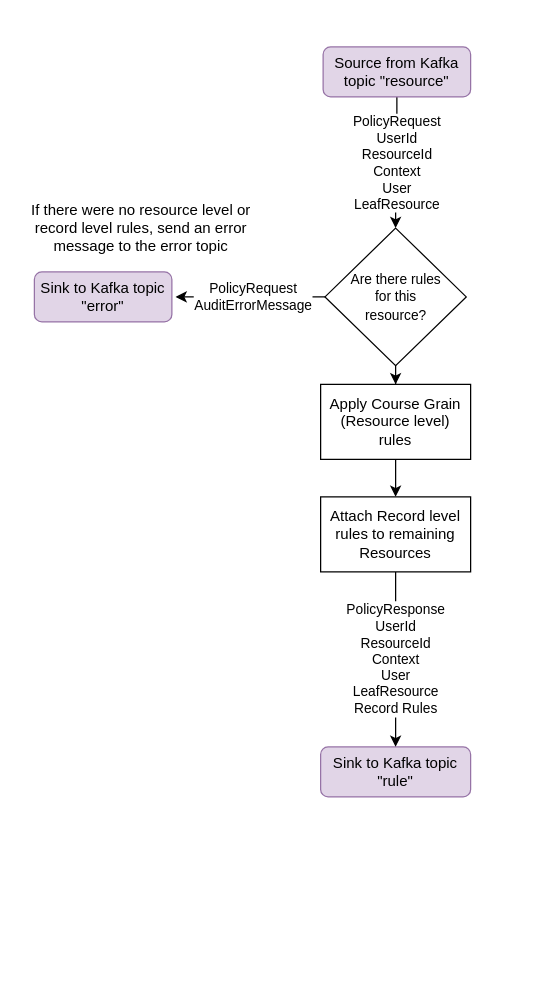
gchq/Palisade-services keeps this draw.io diagram as policy-service/doc/policy-service.drawio. Above is the earlier version. Source tidied: cells renumbered, new cells numbered last; positions are measured from the earlier drawing's top-left corner, leaving out a move shared by most shapes. Both pictures are drawn from the tidied source at 125%, with x=0, y=0 at pixel (21, 46).
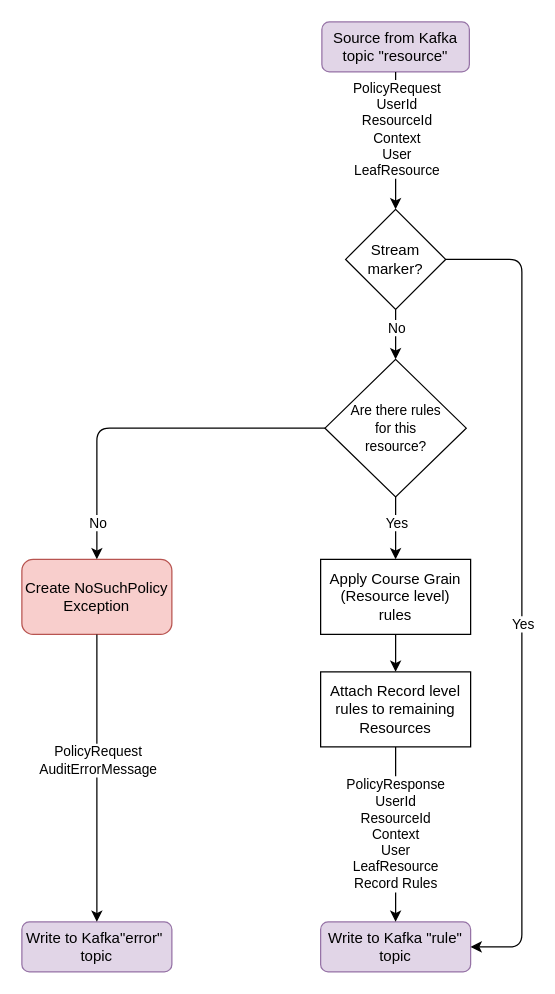
After the change.

Commit message (it also covers changes not shown here):
PAL-1090 updated palisade user and policy diagrams, updated palisade-service readme

The change refers to these unchanged cells:
```xml
<mxCell id="6" style="edgeStyle=orthogonalEdgeStyle;rounded=0;jettySize=auto;html=1;exitX=0.5;exitY=1;exitDx=0;exitDy=0;" parent="1" edge="1" source="7" target="11">
  <mxGeometry relative="1" as="geometry" />
</mxCell>
```

Diff of the diagram source:
```diff
@@
-    <mxCell id="2" value="PolicyRequest&lt;br&gt;UserId&lt;br&gt;ResourceId&lt;br&gt;Context&lt;br&gt;User&lt;br&gt;LeafResource" style="edgeStyle=orthogonalEdgeStyle;rounded=0;jettySize=auto;html=1;exitX=0.5;exitY=1;exitDx=0;exitDy=0;entryX=0.5;entryY=0;entryDx=0;entryDy=0;" parent="1" edge="1" source="3" target="7">
-      <mxGeometry relative="1" as="geometry" />
-    </mxCell>
     <mxCell id="3" value="Source from Kafka topic &quot;resource&quot;" style="rounded=1;whiteSpace=wrap;html=1;fillColor=#e1d5e7;strokeColor=#9673a6;" parent="1" vertex="1">
-      <mxGeometry x="241" width="118" height="40" as="geometry" />
+      <mxGeometry x="240" y="-20" width="118" height="40" as="geometry" />
     </mxCell>
-    <mxCell id="4" value="Sink to Kafka topic &quot;rule&quot;" style="rounded=1;whiteSpace=wrap;html=1;fillColor=#e1d5e7;strokeColor=#9673a6;" parent="1" vertex="1">
-      <mxGeometry x="239" y="560" width="120" height="40" as="geometry" />
+    <mxCell id="4" value="Write to Kafka &quot;rule&quot; topic" style="rounded=1;whiteSpace=wrap;html=1;fillColor=#e1d5e7;strokeColor=#9673a6;" parent="1" vertex="1">
+      <mxGeometry x="239" y="700" width="120" height="40" as="geometry" />
     </mxCell>
-    <mxCell id="5" value="PolicyRequest&lt;br&gt;AuditErrorMessage" style="edgeStyle=orthogonalEdgeStyle;rounded=0;orthogonalLoop=1;jettySize=auto;html=1;exitX=0;exitY=0.5;exitDx=0;exitDy=0;" parent="1" edge="1">
-      <mxGeometry relative="1" as="geometry">
-        <mxPoint x="245.5" y="200" as="sourcePoint" />
-        <mxPoint x="123" y="200" as="targetPoint" />
-      </mxGeometry>
-    </mxCell>
@@
+    <mxCell id="14" value="Yes" style="edgeLabel;html=1;align=center;verticalAlign=middle;" parent="6" vertex="1">
+      <mxGeometry x="-0.04" y="-1" relative="1" as="geometry">
+        <mxPoint x="1" y="-4" as="offset" />
+      </mxGeometry>
+    </mxCell>
     <mxCell id="7" value="&lt;font style=&quot;font-size: 11px&quot;&gt;Are there rules &lt;br&gt;for this &lt;br&gt;resource?&lt;/font&gt;" style="rhombus;whiteSpace=wrap;html=1;" parent="1" vertex="1">
-      <mxGeometry x="242.5" y="145" width="113" height="110" as="geometry" />
+      <mxGeometry x="242.5" y="250" width="113" height="110" as="geometry" />
     </mxCell>
-    <mxCell id="8" value="Sink to Kafka topic &quot;error&quot;" style="rounded=1;whiteSpace=wrap;html=1;fillColor=#e1d5e7;strokeColor=#9673a6;" parent="1" vertex="1">
-      <mxGeometry x="10" y="180" width="110" height="40" as="geometry" />
+    <mxCell id="8" value="Write to Kafka&quot;error&quot;&amp;nbsp;&lt;br&gt;topic" style="rounded=1;whiteSpace=wrap;html=1;fillColor=#e1d5e7;strokeColor=#9673a6;" parent="1" vertex="1">
+      <mxGeometry y="700" width="120" height="40" as="geometry" />
     </mxCell>
-    <mxCell id="9" value="If there were no resource level or record level rules, send an error message to the error topic" style="text;html=1;strokeColor=none;fillColor=none;align=center;verticalAlign=middle;whiteSpace=wrap;rounded=0;" parent="1" vertex="1">
-      <mxGeometry y="120" width="191" height="50" as="geometry" />
-    </mxCell>
@@
     <mxCell id="11" value="Apply Course Grain (Resource level)&lt;br&gt;rules" style="rounded=0;whiteSpace=wrap;html=1;" parent="1" vertex="1">
-      <mxGeometry x="239" y="270" width="120" height="60" as="geometry" />
+      <mxGeometry x="239" y="410" width="120" height="60" as="geometry" />
     </mxCell>
@@
     <mxCell id="13" value="Attach Record level rules to remaining Resources" style="rounded=0;whiteSpace=wrap;html=1;" parent="1" vertex="1">
-      <mxGeometry x="239" y="360" width="120" height="60" as="geometry" />
+      <mxGeometry x="239" y="500" width="120" height="60" as="geometry" />
     </mxCell>
+    <mxCell id="15" value="Stream marker?" style="rhombus;whiteSpace=wrap;html=1;" parent="1" vertex="1">
+      <mxGeometry x="259" y="130" width="80" height="80" as="geometry" />
+    </mxCell>
+    <mxCell id="16" style="endArrow=classic;html=1;entryX=0.5;entryY=0;entryDx=0;entryDy=0;exitX=0.5;exitY=1;exitDx=0;exitDy=0;" parent="1" edge="1" source="15" target="7">
+      <mxGeometry relative="1" as="geometry" />
+    </mxCell>
+    <mxCell id="17" value="No" style="edgeLabel;html=1;align=center;verticalAlign=middle;" parent="16" vertex="1">
+      <mxGeometry x="-0.13" y="-1" relative="1" as="geometry">
+        <mxPoint x="1" y="-3" as="offset" />
+      </mxGeometry>
+    </mxCell>
+    <mxCell id="18" style="endArrow=classic;html=1;exitX=1;exitY=0.5;exitDx=0;exitDy=0;entryX=1;entryY=0.5;entryDx=0;entryDy=0;" parent="1" edge="1" source="15" target="4">
+      <mxGeometry relative="1" as="geometry">
+        <Array as="points">
+          <mxPoint x="400" y="170" />
+          <mxPoint x="400" y="720" />
+        </Array>
+      </mxGeometry>
+    </mxCell>
+    <mxCell id="19" value="Yes" style="edgeLabel;html=1;align=center;verticalAlign=middle;" parent="18" vertex="1">
+      <mxGeometry x="0.08" relative="1" as="geometry" />
+    </mxCell>
+    <mxCell id="20" style="endArrow=classic;html=1;exitX=0.5;exitY=1;exitDx=0;exitDy=0;entryX=0.5;entryY=0;entryDx=0;entryDy=0;" parent="1" edge="1" source="3" target="15">
+      <mxGeometry relative="1" as="geometry" />
+    </mxCell>
+    <mxCell id="2" value="PolicyRequest&lt;br&gt;UserId&lt;br&gt;ResourceId&lt;br&gt;Context&lt;br&gt;User&lt;br&gt;LeafResource" style="edgeLabel;html=1;align=center;verticalAlign=middle;" parent="20" vertex="1">
+      <mxGeometry x="-0.18" relative="1" as="geometry" />
+    </mxCell>
+    <mxCell id="21" value="Create NoSuchPolicy&lt;br&gt;Exception" style="rounded=1;whiteSpace=wrap;html=1;fillColor=#f8cecc;strokeColor=#b85450;" parent="1" vertex="1">
+      <mxGeometry y="410" width="120" height="60" as="geometry" />
+    </mxCell>
+    <mxCell id="22" style="endArrow=classic;html=1;entryX=0.5;entryY=0;entryDx=0;entryDy=0;exitX=0.5;exitY=1;exitDx=0;exitDy=0;" parent="1" edge="1" source="21" target="8">
+      <mxGeometry relative="1" as="geometry" />
+    </mxCell>
+    <mxCell id="5" value="PolicyRequest&lt;br&gt;AuditErrorMessage" style="edgeLabel;html=1;align=center;verticalAlign=middle;" parent="22" vertex="1">
+      <mxGeometry x="-0.13" relative="1" as="geometry" />
+    </mxCell>
+    <mxCell id="23" style="endArrow=classic;html=1;exitX=0;exitY=0.5;exitDx=0;exitDy=0;entryX=0.5;entryY=0;entryDx=0;entryDy=0;" parent="1" edge="1" source="7" target="21">
+      <mxGeometry relative="1" as="geometry">
+        <Array as="points">
+          <mxPoint x="60" y="305" />
+        </Array>
+      </mxGeometry>
+    </mxCell>
+    <mxCell id="24" value="No" style="edgeLabel;html=1;align=center;verticalAlign=middle;" parent="23" vertex="1">
+      <mxGeometry x="0.46" y="1" relative="1" as="geometry">
+        <mxPoint x="-1" y="48" as="offset" />
+      </mxGeometry>
+    </mxCell>
```
